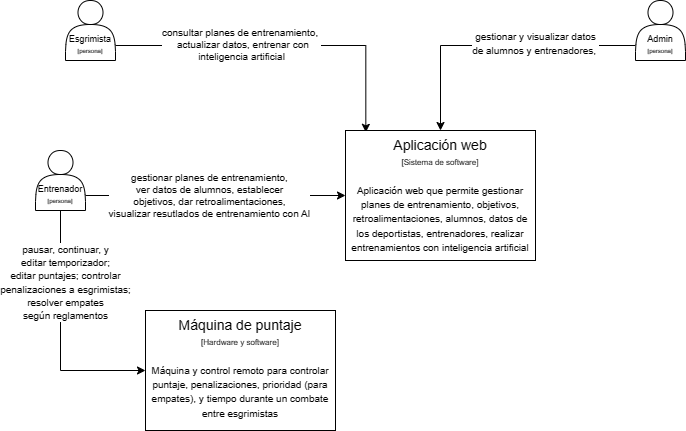
Diego-Hiriart/Capstone_Hiriart-Corales-Samaniego keeps this draw.io diagram as Design/contexto-capstone-HCS.png. Above is the earlier version. Source tidied: cells renumbered, new cells last; positions are measured from the earlier drawing's top-left corner, leaving out a move shared by most shapes.
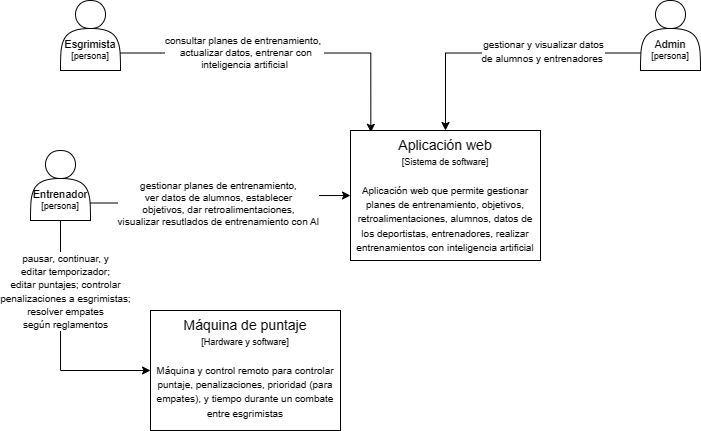
After the commit.

Commit message:
fix: context diagram letter size

The edit, as a diff of the source:
```diff
@@ -10,19 +10,19 @@
         <mxPoint x="35" as="offset" />
       </mxGeometry>
     </mxCell>
-    <mxCell id="4" value="Esgrimista&lt;br&gt;&lt;font style=&quot;font-size: 6px;&quot;&gt;[persona]&lt;/font&gt;" style="shape=actor;whiteSpace=wrap;html=1;fontSize=9;spacingTop=27;" parent="1" vertex="1">
-      <mxGeometry x="30" width="50" height="60" as="geometry" />
+    <mxCell id="4" value="&lt;font style=&quot;font-size: 11px;&quot;&gt;Esgrimista&lt;/font&gt;&lt;br&gt;&lt;font style=&quot;font-size: 9px;&quot;&gt;[persona]&lt;/font&gt;" style="shape=actor;whiteSpace=wrap;html=1;fontSize=9;spacingTop=27;" parent="1" vertex="1">
+      <mxGeometry x="20" width="60" height="70" as="geometry" />
     </mxCell>
     <mxCell id="5" style="edgeStyle=orthogonalEdgeStyle;rounded=0;jettySize=auto;html=1;exitX=0;exitY=0.75;exitDx=0;exitDy=0;entryX=0.5;entryY=0;entryDx=0;entryDy=0;" parent="1" edge="1" source="7" target="13">
       <mxGeometry relative="1" as="geometry" />
     </mxCell>
-    <mxCell id="6" value="&lt;span style=&quot;font-size: 10px;&quot;&gt;gestionar y visualizar datos &lt;br&gt;de alumnos y entrenadores,&amp;nbsp;&lt;br&gt;&lt;/span&gt;" style="edgeLabel;html=1;align=center;verticalAlign=middle;" parent="5" vertex="1">
+    <mxCell id="6" value="&lt;span style=&quot;font-size: 10px;&quot;&gt;gestionar y visualizar datos &lt;br&gt;de alumnos y entrenadores&amp;nbsp;&lt;br&gt;&lt;/span&gt;" style="edgeLabel;html=1;align=center;verticalAlign=middle;" parent="5" vertex="1">
       <mxGeometry x="-0.23" y="-2" relative="1" as="geometry">
         <mxPoint x="7" as="offset" />
       </mxGeometry>
     </mxCell>
-    <mxCell id="7" value="Admin&lt;br&gt;&lt;font style=&quot;font-size: 6px;&quot;&gt;[persona]&lt;/font&gt;" style="shape=actor;whiteSpace=wrap;html=1;fontSize=9;spacingTop=27;" parent="1" vertex="1">
-      <mxGeometry x="600" width="50" height="60" as="geometry" />
+    <mxCell id="7" value="&lt;font style=&quot;font-size: 11px;&quot;&gt;Admin&lt;/font&gt;&lt;br&gt;&lt;font style=&quot;font-size: 9px;&quot;&gt;[persona]&lt;/font&gt;" style="shape=actor;whiteSpace=wrap;html=1;fontSize=9;spacingTop=27;" parent="1" vertex="1">
+      <mxGeometry x="600" width="60" height="70" as="geometry" />
     </mxCell>
     <mxCell id="8" style="edgeStyle=orthogonalEdgeStyle;rounded=0;jettySize=auto;html=1;exitX=1;exitY=0.75;exitDx=0;exitDy=0;" parent="1" edge="1" source="12" target="13">
       <mxGeometry relative="1" as="geometry" />
@@ -40,13 +40,13 @@
         <mxPoint x="4" y="23" as="offset" />
       </mxGeometry>
     </mxCell>
-    <mxCell id="12" value="&lt;font style=&quot;&quot;&gt;Entrenador&lt;br&gt;&lt;/font&gt;&lt;font style=&quot;font-size: 6px;&quot;&gt;[persona]&lt;/font&gt;" style="shape=actor;whiteSpace=wrap;html=1;fontSize=9;spacingTop=27;" parent="1" vertex="1">
-      <mxGeometry y="150" width="50" height="60" as="geometry" />
+    <mxCell id="12" value="&lt;font style=&quot;font-size: 11px;&quot;&gt;Entrenador&lt;br&gt;&lt;/font&gt;&lt;font style=&quot;font-size: 9px;&quot;&gt;[persona]&lt;/font&gt;" style="shape=actor;whiteSpace=wrap;html=1;fontSize=9;spacingTop=27;" parent="1" vertex="1">
+      <mxGeometry x="-10" y="150" width="60" height="70" as="geometry" />
     </mxCell>
-    <mxCell id="13" value="&lt;font style=&quot;font-size: 14px;&quot;&gt;Aplicación web&lt;/font&gt;&lt;br&gt;&lt;font style=&quot;&quot;&gt;&lt;span style=&quot;font-size: 8px;&quot;&gt;[Sistema de software]&lt;/span&gt;&lt;br&gt;&lt;br&gt;&lt;span style=&quot;font-size: 10px;&quot;&gt;Aplicación web que permite gestionar planes de entrenamiento, objetivos, retroalimentaciones, alumnos, datos de los deportistas, entrenadores, realizar entrenamientos con inteligencia artificial&lt;/span&gt;&lt;br&gt;&lt;/font&gt;" style="whiteSpace=wrap;html=1;verticalAlign=top;" parent="1" vertex="1">
+    <mxCell id="13" value="&lt;font style=&quot;font-size: 14px;&quot;&gt;Aplicación web&lt;/font&gt;&lt;br&gt;&lt;font style=&quot;&quot;&gt;&lt;font style=&quot;font-size: 9px;&quot;&gt;[Sistema de software]&lt;/font&gt;&lt;br&gt;&lt;br&gt;&lt;span style=&quot;font-size: 10px;&quot;&gt;Aplicación web que permite gestionar planes de entrenamiento, objetivos, retroalimentaciones, alumnos, datos de los deportistas, entrenadores, realizar entrenamientos con inteligencia artificial&lt;/span&gt;&lt;br&gt;&lt;/font&gt;" style="whiteSpace=wrap;html=1;verticalAlign=top;" parent="1" vertex="1">
       <mxGeometry x="310" y="130" width="190" height="130" as="geometry" />
     </mxCell>
-    <mxCell id="14" value="&lt;font style=&quot;font-size: 14px;&quot;&gt;Máquina de puntaje&lt;/font&gt;&lt;br&gt;&lt;font style=&quot;&quot;&gt;&lt;span style=&quot;font-size: 8px;&quot;&gt;[Hardware y software]&lt;/span&gt;&lt;br&gt;&lt;br&gt;&lt;span style=&quot;font-size: 10px;&quot;&gt;Máquina y control remoto para controlar puntaje, penalizaciones, prioridad (para empates), y tiempo durante un combate entre esgrimistas&lt;/span&gt;&lt;br&gt;&lt;/font&gt;" style="whiteSpace=wrap;html=1;verticalAlign=top;" parent="1" vertex="1">
+    <mxCell id="14" value="&lt;font style=&quot;font-size: 14px;&quot;&gt;Máquina de puntaje&lt;/font&gt;&lt;br&gt;&lt;font style=&quot;&quot;&gt;&lt;font style=&quot;font-size: 9px;&quot;&gt;[Hardware y software]&lt;/font&gt;&lt;br&gt;&lt;br&gt;&lt;span style=&quot;font-size: 10px;&quot;&gt;Máquina y control remoto para controlar puntaje, penalizaciones, prioridad (para empates), y tiempo durante un combate entre esgrimistas&lt;/span&gt;&lt;br&gt;&lt;/font&gt;" style="whiteSpace=wrap;html=1;verticalAlign=top;" parent="1" vertex="1">
       <mxGeometry x="110" y="310" width="190" height="120" as="geometry" />
     </mxCell>
   </root>
```
